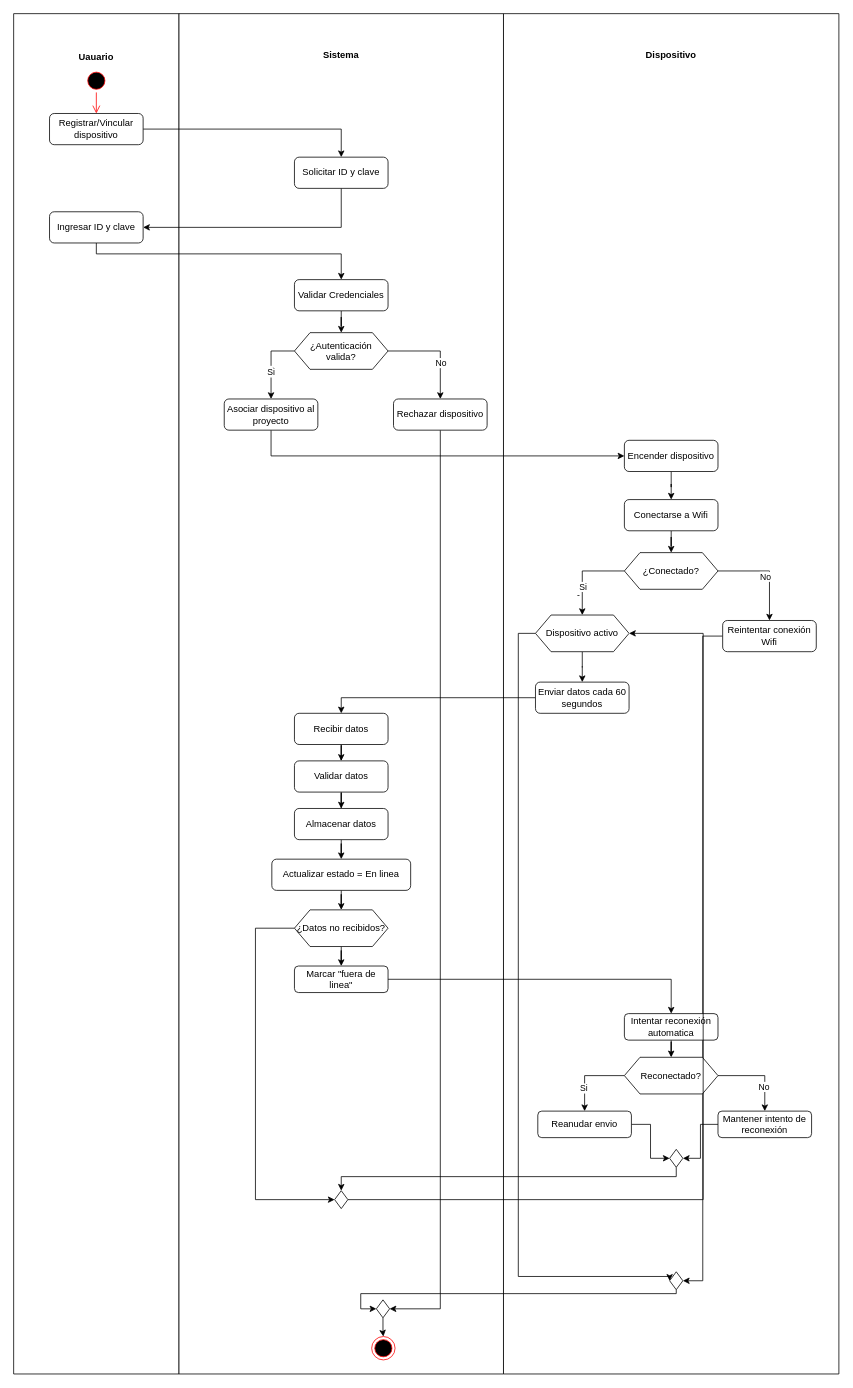
Earlier version of the draw.io diagram Diagramas de actividades/Diagrama de actividades RF5.drawio (Juan-Cortes2045/Documentacion-proyecto-Monitor-de-consumo-electrico). Source tidied: cells renumbered, new cells numbered last; positions are measured from the earlier drawing's top-left corner, leaving out a move shared by most shapes. Both pictures are drawn from the tidied source at 78%, with x=0, y=0 at pixel (13, 13).
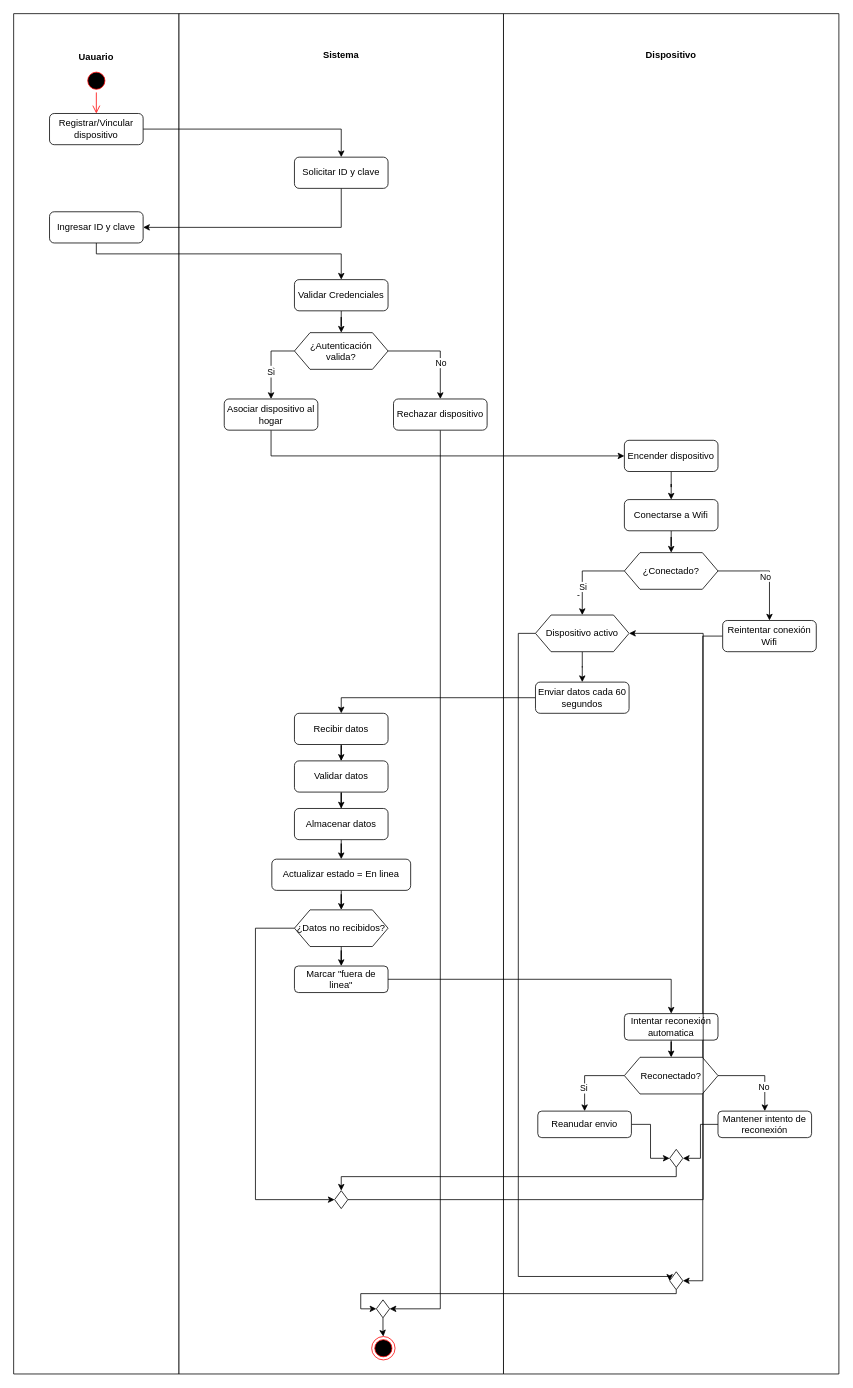
After the change.

Commit message (it also covers changes not shown here):
docs(model): complete alignment with Security + Notification; drop proyecto→hogar; remove export flows

Diff of the diagram source:
```diff
@@
-    <mxCell id="27" value="Asociar dispositivo al proyecto" style="rounded=1;whiteSpace=wrap;html=1;" parent="1" vertex="1">
+    <mxCell id="27" value="Asociar dispositivo al hogar" style="rounded=1;whiteSpace=wrap;html=1;" parent="1" vertex="1">
       <mxGeometry x="270" y="494" width="120" height="40" as="geometry" />
     </mxCell>
```
